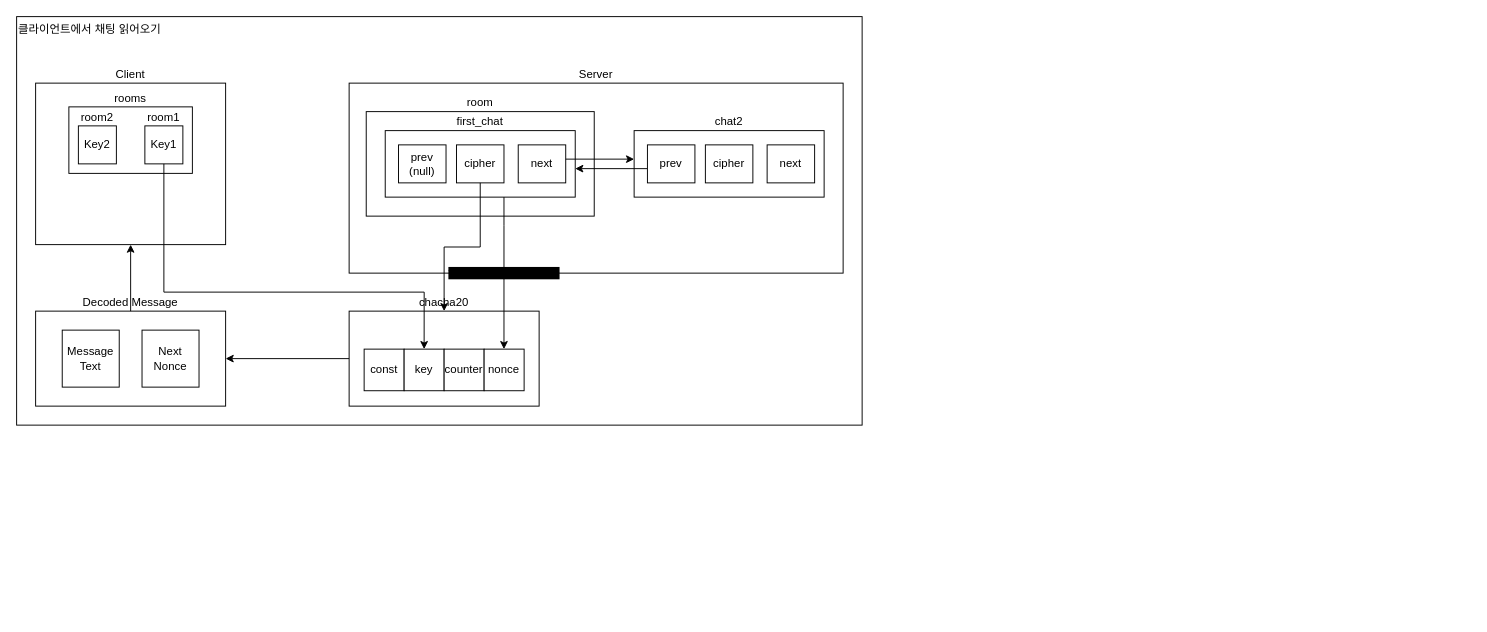
The draw.io diagram diagrams/risen.drawio in risen-chat/risen-docs, before the edit. Source tidied: cells renumbered, new cells numbered last; positions are measured from the earlier drawing's top-left corner, leaving out a move shared by most shapes. Both pictures are drawn from the tidied source at 95%, with x=0, y=0 at pixel (16, 16).
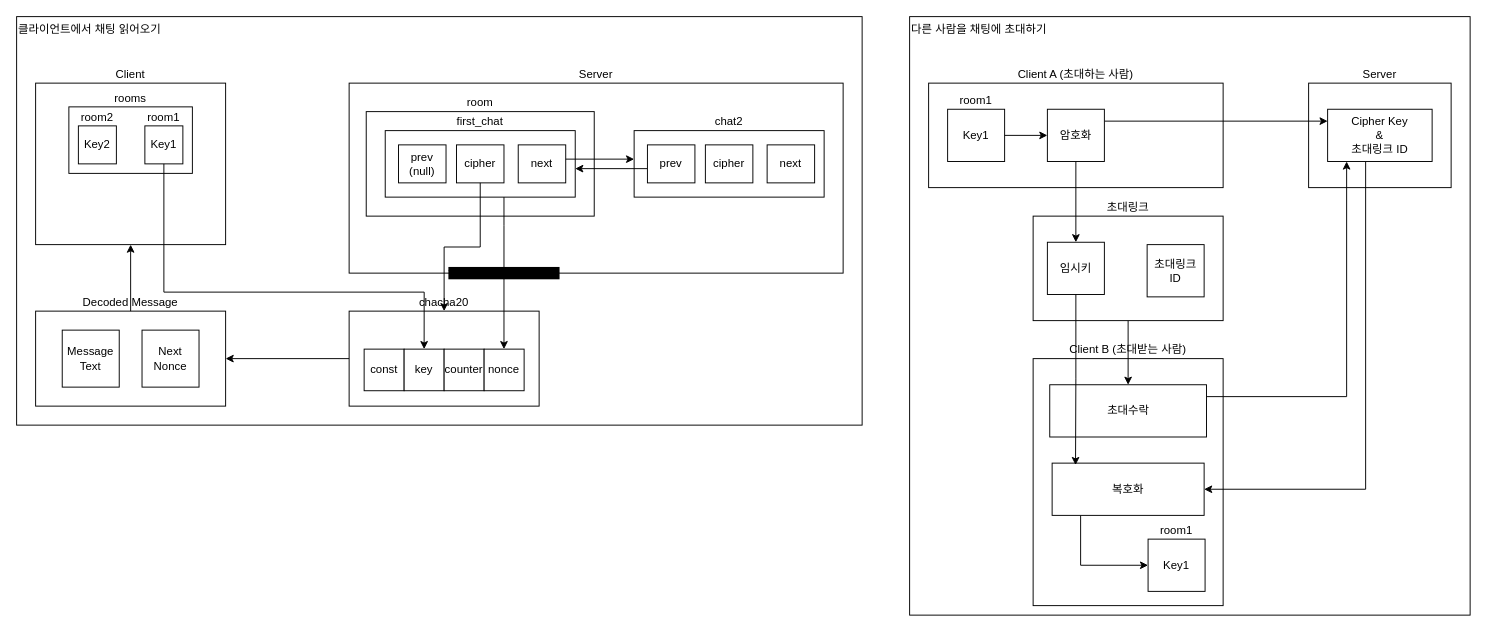
After the change.

Commit message:
다른 사람을 채팅에 소개하기 섹션 추가

What changed in the source:
```diff
@@
+    <mxCell id="43" value="다른 사람을 채팅에 초대하기" style="rounded=0;whiteSpace=wrap;html=1;align=left;labelPosition=center;verticalLabelPosition=middle;verticalAlign=top;" parent="1" vertex="1">
+      <mxGeometry x="940" width="590" height="630" as="geometry" />
+    </mxCell>
@@
+    <mxCell id="44" value="Client A (초대하는 사람)" style="rounded=0;whiteSpace=wrap;html=1;labelPosition=center;verticalLabelPosition=top;align=center;verticalAlign=bottom;" parent="1" vertex="1">
+      <mxGeometry x="960" y="70" width="310" height="110" as="geometry" />
+    </mxCell>
+    <mxCell id="45" style="group;" parent="1" vertex="1">
+      <mxGeometry x="980" y="97.5" width="60" height="55" as="geometry" />
+    </mxCell>
+    <mxCell id="46" value="room1" style="rounded=0;whiteSpace=wrap;html=1;labelPosition=center;verticalLabelPosition=top;align=center;verticalAlign=bottom;" parent="45" vertex="1">
+      <mxGeometry width="60" height="55" as="geometry" />
+    </mxCell>
+    <mxCell id="47" value="Key1" style="text;html=1;align=center;verticalAlign=middle;whiteSpace=wrap;rounded=0;" parent="45" vertex="1">
+      <mxGeometry width="60" height="55" as="geometry" />
+    </mxCell>
+    <mxCell id="48" value="Client B (초대받는 사람)" style="rounded=0;whiteSpace=wrap;html=1;labelPosition=center;verticalLabelPosition=top;align=center;verticalAlign=bottom;" parent="1" vertex="1">
+      <mxGeometry x="1070" y="360" width="200" height="260" as="geometry" />
+    </mxCell>
+    <mxCell id="49" value="Server" style="rounded=0;whiteSpace=wrap;html=1;labelPosition=center;verticalLabelPosition=top;align=center;verticalAlign=bottom;" parent="1" vertex="1">
+      <mxGeometry x="1360" y="70" width="150" height="110" as="geometry" />
+    </mxCell>
+    <mxCell id="50" style="edgeStyle=orthogonalEdgeStyle;rounded=0;jettySize=auto;html=1;entryX=1;entryY=0.5;entryDx=0;entryDy=0;" parent="1" edge="1" source="51" target="63">
+      <mxGeometry relative="1" as="geometry">
+        <Array as="points">
+          <mxPoint x="1420" y="497" />
+        </Array>
+      </mxGeometry>
+    </mxCell>
+    <mxCell id="51" value="Cipher Key&lt;div&gt;&amp;amp;&lt;/div&gt;&lt;div&gt;초대링크 ID&lt;/div&gt;" style="rounded=0;whiteSpace=wrap;html=1;" parent="1" vertex="1">
+      <mxGeometry x="1380" y="97.5" width="110" height="55" as="geometry" />
+    </mxCell>
+    <mxCell id="52" style="edgeStyle=orthogonalEdgeStyle;rounded=0;jettySize=auto;html=1;" parent="1" edge="1" source="53">
+      <mxGeometry relative="1" as="geometry">
+        <mxPoint x="1380" y="110" as="targetPoint" />
+        <Array as="points">
+          <mxPoint x="1380" y="110" />
+        </Array>
+      </mxGeometry>
+    </mxCell>
+    <mxCell id="53" value="암호화" style="rounded=0;whiteSpace=wrap;html=1;" parent="1" vertex="1">
+      <mxGeometry x="1085" y="97.5" width="60" height="55" as="geometry" />
+    </mxCell>
+    <mxCell id="54" style="edgeStyle=orthogonalEdgeStyle;rounded=0;jettySize=auto;html=1;entryX=0;entryY=0.5;entryDx=0;entryDy=0;" parent="1" edge="1" source="47" target="53">
+      <mxGeometry relative="1" as="geometry" />
+    </mxCell>
+    <mxCell id="55" style="edgeStyle=orthogonalEdgeStyle;rounded=0;jettySize=auto;html=1;" parent="1" edge="1" source="56" target="61">
+      <mxGeometry relative="1" as="geometry" />
+    </mxCell>
+    <mxCell id="56" value="초대링크" style="rounded=0;whiteSpace=wrap;html=1;labelPosition=center;verticalLabelPosition=top;align=center;verticalAlign=bottom;" parent="1" vertex="1">
+      <mxGeometry x="1070" y="210" width="200" height="110" as="geometry" />
+    </mxCell>
+    <mxCell id="57" value="임시키" style="rounded=0;whiteSpace=wrap;html=1;" parent="1" vertex="1">
+      <mxGeometry x="1085" y="237.5" width="60" height="55" as="geometry" />
+    </mxCell>
+    <mxCell id="58" style="edgeStyle=orthogonalEdgeStyle;rounded=0;jettySize=auto;html=1;entryX=0.5;entryY=0;entryDx=0;entryDy=0;" parent="1" edge="1" source="53" target="57">
+      <mxGeometry relative="1" as="geometry" />
+    </mxCell>
+    <mxCell id="59" value="초대링크&lt;div&gt;ID&lt;/div&gt;" style="rounded=0;whiteSpace=wrap;html=1;" parent="1" vertex="1">
+      <mxGeometry x="1190" y="240" width="60" height="55" as="geometry" />
+    </mxCell>
+    <mxCell id="60" style="edgeStyle=orthogonalEdgeStyle;rounded=0;jettySize=auto;html=1;" parent="1" edge="1" source="61" target="51">
+      <mxGeometry relative="1" as="geometry">
+        <Array as="points">
+          <mxPoint x="1400" y="400" />
+        </Array>
+      </mxGeometry>
+    </mxCell>
+    <mxCell id="61" value="초대수락" style="rounded=0;whiteSpace=wrap;html=1;" parent="1" vertex="1">
+      <mxGeometry x="1087.5" y="387.5" width="165" height="55" as="geometry" />
+    </mxCell>
+    <mxCell id="62" style="edgeStyle=orthogonalEdgeStyle;rounded=0;jettySize=auto;html=1;entryX=0;entryY=0.5;entryDx=0;entryDy=0;" parent="1" edge="1" source="63" target="67">
+      <mxGeometry relative="1" as="geometry">
+        <Array as="points">
+          <mxPoint x="1120" y="577" />
+        </Array>
+      </mxGeometry>
+    </mxCell>
+    <mxCell id="63" value="복호화" style="rounded=0;whiteSpace=wrap;html=1;" parent="1" vertex="1">
+      <mxGeometry x="1090" y="470" width="160" height="55" as="geometry" />
+    </mxCell>
+    <mxCell id="64" style="edgeStyle=orthogonalEdgeStyle;rounded=0;jettySize=auto;html=1;entryX=0.154;entryY=0.037;entryDx=0;entryDy=0;entryPerimeter=0;" parent="1" edge="1" source="57" target="63">
+      <mxGeometry relative="1" as="geometry" />
+    </mxCell>
+    <mxCell id="65" style="group;" parent="1" vertex="1">
+      <mxGeometry x="1191" y="550" width="60" height="55" as="geometry" />
+    </mxCell>
+    <mxCell id="66" value="room1" style="rounded=0;whiteSpace=wrap;html=1;labelPosition=center;verticalLabelPosition=top;align=center;verticalAlign=bottom;" parent="65" vertex="1">
+      <mxGeometry width="60" height="55" as="geometry" />
+    </mxCell>
+    <mxCell id="67" value="Key1" style="text;html=1;align=center;verticalAlign=middle;whiteSpace=wrap;rounded=0;" parent="65" vertex="1">
+      <mxGeometry width="60" height="55" as="geometry" />
+    </mxCell>
```
